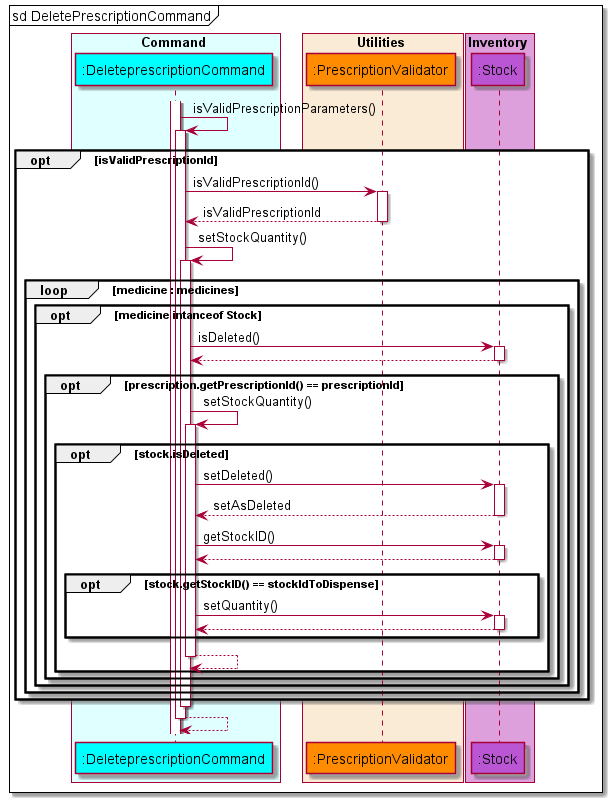
This is docs/diagrams/diagram_images/DeletePrescriptionSequenceDiagram.png from nus-cs2113-AY2122S1/tp, a PlantUML export, as it was before one commit. Source of this version:
```plantuml
@startuml DeletePrescriptionSequenceDiagram

!include style.puml

box Command COLOR_COMMAND_BOX
    participant ":DeleteprescriptionCommand" as deleteprescription COLOR_COMMAND
end box

box Utilities COLOR_UTILITIES_BOX
    participant ":PrescriptionValidator" as prescriptionValidator COLOR_UTILITIES
end box

box Inventory COLOR_INVENTORY_BOX
    participant ":Stock" as stock COLOR_INVENTORY
end box

autoactivate on
mainframe sd DeletePrescriptionCommand
activate deleteprescription

deleteprescription -> deleteprescription : isValidPrescriptionParameters()
    opt isValidPrescriptionId
    deleteprescription -> prescriptionValidator : isValidPrescriptionId()
    deleteprescription <-- prescriptionValidator : isValidPrescriptionId
    deleteprescription -> deleteprescription : setStockQuantity()
        loop medicine : medicines

            opt medicine intanceof Stock
                deleteprescription -> stock : isDeleted()
                deleteprescription <-- stock :
                opt prescription.getPrescriptionId() == prescriptionId
                deleteprescription -> deleteprescription : setStockQuantity()
                opt stock.isDeleted
                    deleteprescription -> stock : setDeleted()
                    deleteprescription <-- stock : setAsDeleted

                    deleteprescription -> stock : getStockID()
                    deleteprescription <-- stock :
                    opt stock.getStockID() == stockIdToDispense
                    deleteprescription -> stock : setQuantity()
                    deleteprescription <-- stock :
                    end
                    deleteprescription -->deleteprescription
                end

            end
        end
    end
    end
deactivate deleteprescription
deleteprescription --> deleteprescription :

@enduml
```
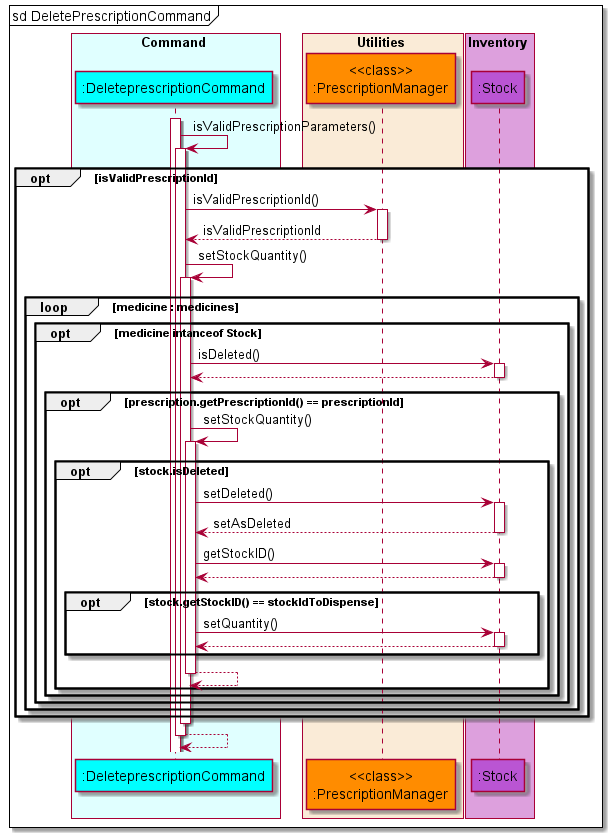
Above is the later version.

The edit, as a diff of the source:
```diff
@@ -7,7 +7,7 @@
 end box
 
 box Utilities COLOR_UTILITIES_BOX
-    participant ":PrescriptionValidator" as prescriptionValidator COLOR_UTILITIES
+    participant "<<class>>\n:PrescriptionManager" as prescriptionManager COLOR_UTILITIES
 end box
 
 box Inventory COLOR_INVENTORY_BOX
@@ -20,8 +20,8 @@
 
 deleteprescription -> deleteprescription : isValidPrescriptionParameters()
     opt isValidPrescriptionId
-    deleteprescription -> prescriptionValidator : isValidPrescriptionId()
-    deleteprescription <-- prescriptionValidator : isValidPrescriptionId
+    deleteprescription -> prescriptionManager : isValidPrescriptionId()
+    deleteprescription <-- prescriptionManager : isValidPrescriptionId
     deleteprescription -> deleteprescription : setStockQuantity()
         loop medicine : medicines
 
```
